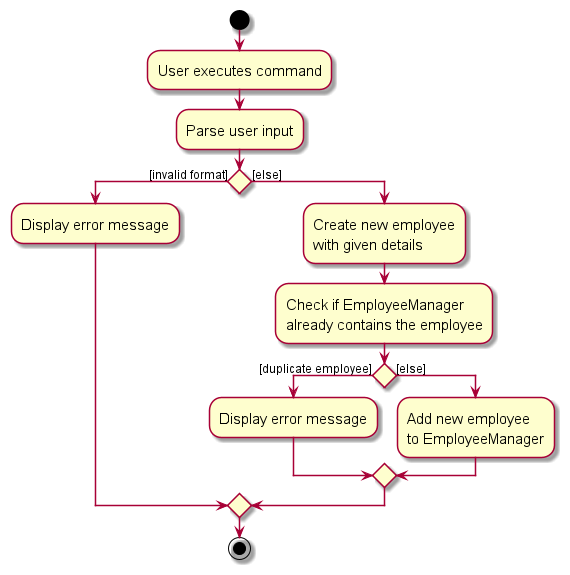
Before: docs/images/AddActivityDiagram.png, a diagram exported from PlantUML (ricketytoc/tp).
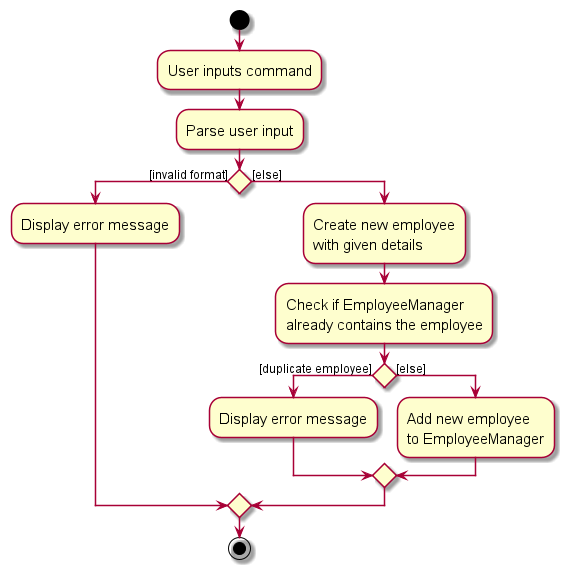
After the change.

Commit message:
Improve activity diagram

What changed in the source:
```diff
@@ -3,7 +3,7 @@
 skinparam ActivityFontSize 15
 skinparam ArrowFontSize 12
 start
-:User executes command;
+:User inputs command;
 
 :Parse user input;
 
```
